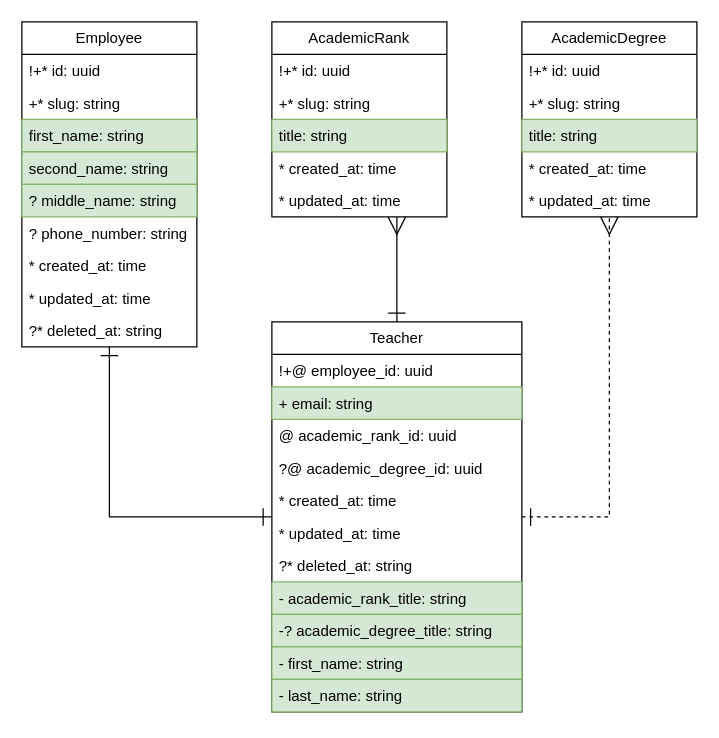
IrusHunter/duckademic keeps this draw.io diagram as page "Employee" (4 of 5) of docs/entity_relationship.drawio. Above is the earlier version. Source tidied: cells renumbered, new cells numbered last; positions are measured from the earlier drawing's top-left corner, leaving out a move shared by most shapes. Both pictures are drawn from the tidied source at 125%, with x=0, y=0 at pixel (21, 21).
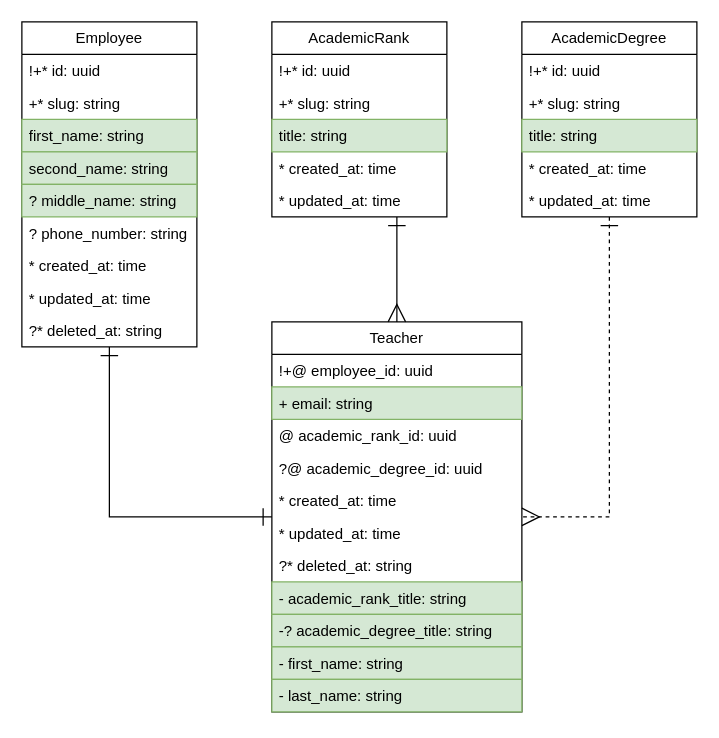
Above is the later version.

The change refers to these unchanged cells:
```xml
<mxCell id="2" value="AcademicRank" style="swimlane;fontStyle=0;horizontal=1;startSize=26;fillColor=none;whiteSpace=wrap;html=1;" parent="1" vertex="1">
  <mxGeometry x="200" width="140" height="156" as="geometry" />
</mxCell>
<mxCell id="8" value="AcademicDegree" style="swimlane;fontStyle=0;horizontal=1;startSize=26;fillColor=none;whiteSpace=wrap;html=1;" parent="1" vertex="1">
  <mxGeometry x="400" width="140" height="156" as="geometry" />
</mxCell>
<mxCell id="24" value="Teacher" style="swimlane;fontStyle=0;horizontal=1;startSize=26;fillColor=none;whiteSpace=wrap;html=1;" parent="1" vertex="1">
  <mxGeometry x="200" y="240" width="200" height="312" as="geometry" />
</mxCell>
```

The edit, as a diff of the source:
```diff
@@
-    <mxCell id="37" style="edgeStyle=orthogonalEdgeStyle;html=1;startArrow=ERone;startFill=0;endArrow=ERmany;endFill=0;endSize=12;startSize=12;strokeWidth=1;rounded=0;curved=0;" parent="1" edge="1" source="24" target="2">
+    <mxCell id="37" style="edgeStyle=orthogonalEdgeStyle;html=1;startArrow=ERone;startFill=0;endArrow=ERmany;endFill=0;endSize=12;startSize=12;strokeWidth=1;rounded=0;curved=0;" parent="1" edge="1" source="2" target="24">
       <mxGeometry relative="1" as="geometry">
         <Array as="points">
-          <mxPoint x="250" y="240" />
-          <mxPoint x="250" y="240" />
+          <mxPoint x="300" y="180" />
+          <mxPoint x="300" y="180" />
         </Array>
       </mxGeometry>
     </mxCell>
-    <mxCell id="38" style="edgeStyle=orthogonalEdgeStyle;html=1;startArrow=ERone;startFill=0;endArrow=ERmany;endFill=0;endSize=12;startSize=12;strokeWidth=1;rounded=0;curved=0;dashed=1;" parent="1" edge="1" source="24" target="8">
+    <mxCell id="38" style="edgeStyle=orthogonalEdgeStyle;html=1;startArrow=ERone;startFill=0;endArrow=ERmany;endFill=0;endSize=12;startSize=12;strokeWidth=1;rounded=0;curved=0;dashed=1;" parent="1" edge="1" source="8" target="24">
       <mxGeometry relative="1" as="geometry">
         <Array as="points">
           <mxPoint x="470" y="396" />
         </Array>
       </mxGeometry>
     </mxCell>
```
